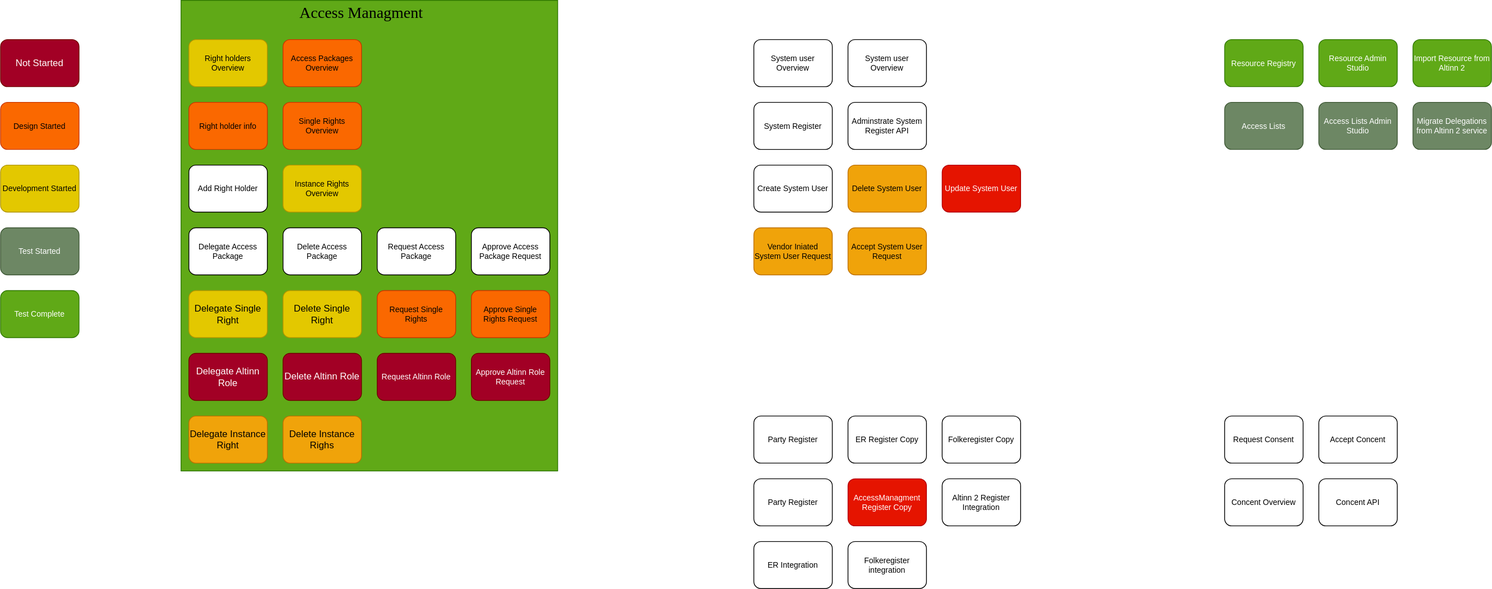
This is content/authorization/what-do-you-get/functionalareas.drawio.svg from Altinn/altinn-studio-docs, a draw.io export, as it was before one commit. Source tidied: cells renumbered, new cells last; positions are measured from the earlier drawing's top-left corner, leaving out a move shared by most shapes.
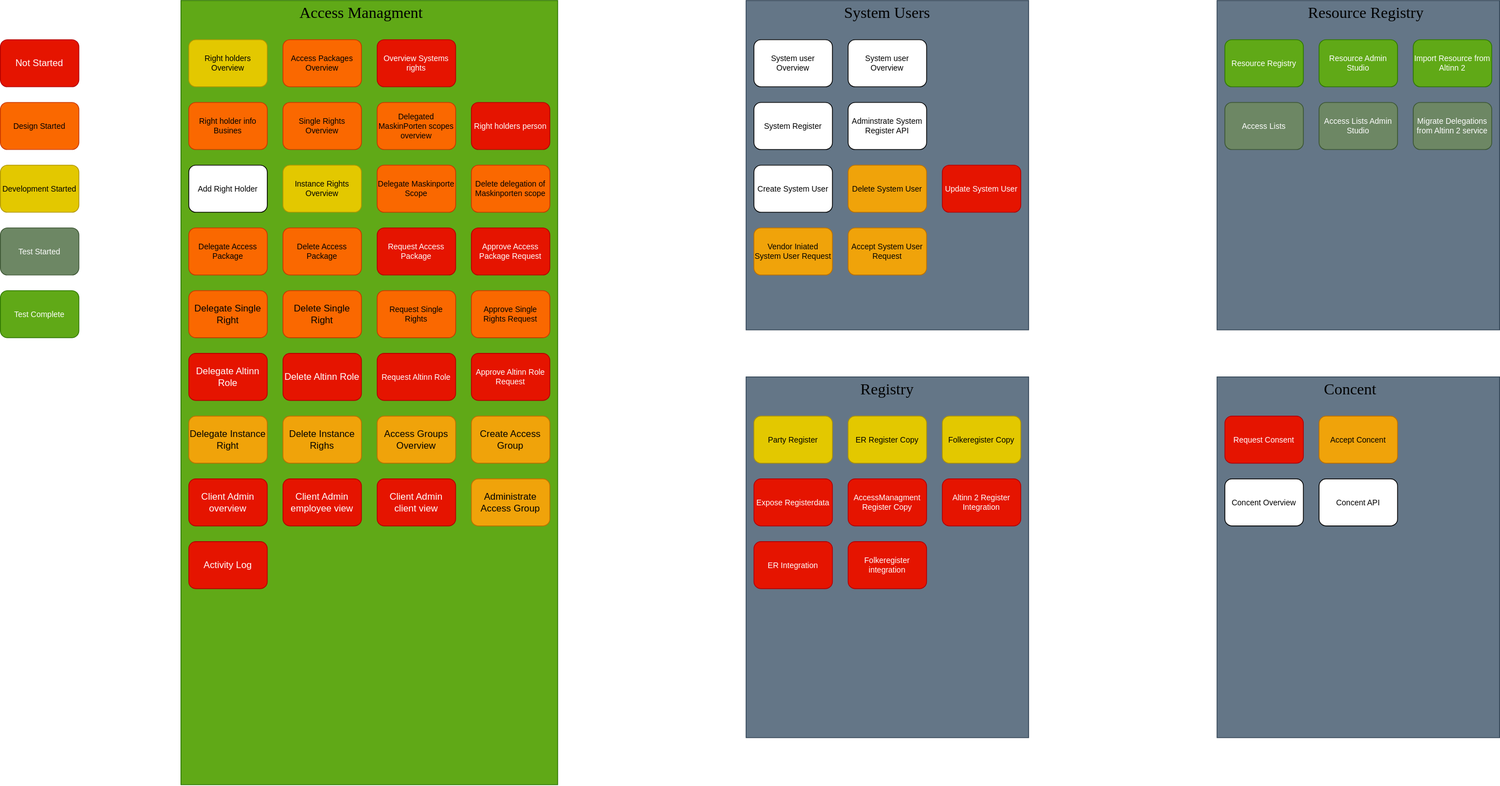
The same diagram one commit later.

Change to the diagram source:
```diff
@@ -2,46 +2,58 @@
   <root>
     <mxCell id="0" />
     <mxCell id="1" parent="0" />
+    <mxCell id="56" style="rounded=0;whiteSpace=wrap;html=1;fontSize=10;fillColor=#647687;fontColor=#ffffff;strokeColor=#314354;" parent="1" vertex="1">
+      <mxGeometry x="1550" width="360" height="420" as="geometry" />
+    </mxCell>
+    <mxCell id="57" style="rounded=0;whiteSpace=wrap;html=1;fontSize=10;fillColor=#647687;fontColor=#ffffff;strokeColor=#314354;" parent="1" vertex="1">
+      <mxGeometry x="1550" y="480" width="360" height="460" as="geometry" />
+    </mxCell>
+    <mxCell id="58" style="rounded=0;whiteSpace=wrap;html=1;fontSize=10;fillColor=#647687;fontColor=#ffffff;strokeColor=#314354;" parent="1" vertex="1">
+      <mxGeometry x="950" y="480" width="360" height="460" as="geometry" />
+    </mxCell>
+    <mxCell id="59" style="rounded=0;whiteSpace=wrap;html=1;fontSize=10;fillColor=#647687;fontColor=#ffffff;strokeColor=#314354;" parent="1" vertex="1">
+      <mxGeometry x="950" width="360" height="420" as="geometry" />
+    </mxCell>
     <mxCell id="2" style="rounded=0;whiteSpace=wrap;html=1;fontSize=10;fillColor=#60a917;fontColor=#ffffff;strokeColor=#2D7600;" parent="1" vertex="1">
-      <mxGeometry x="230" width="480" height="600" as="geometry" />
+      <mxGeometry x="230" width="480" height="1000" as="geometry" />
     </mxCell>
     <mxCell id="3" value="Right holders Overview" style="rounded=1;whiteSpace=wrap;html=1;fontSize=10;fillColor=#e3c800;fontColor=#000000;strokeColor=#B09500;" parent="1" vertex="1">
       <mxGeometry x="240" y="50" width="100" height="60" as="geometry" />
     </mxCell>
-    <mxCell id="4" value="Right holder info" style="rounded=1;whiteSpace=wrap;html=1;fontSize=10;fillColor=#fa6800;fontColor=#000000;strokeColor=#C73500;" parent="1" vertex="1">
+    <mxCell id="4" value="Right holder info Busines" style="rounded=1;whiteSpace=wrap;html=1;fontSize=10;fillColor=#fa6800;fontColor=#000000;strokeColor=#C73500;" parent="1" vertex="1">
       <mxGeometry x="240" y="130" width="100" height="60" as="geometry" />
     </mxCell>
     <mxCell id="5" value="Add Right Holder" style="rounded=1;whiteSpace=wrap;html=1;fontSize=10;" parent="1" vertex="1">
       <mxGeometry x="240" y="210" width="100" height="60" as="geometry" />
     </mxCell>
-    <mxCell id="6" value="Delegate Access Package" style="rounded=1;whiteSpace=wrap;html=1;fontSize=10;" parent="1" vertex="1">
+    <mxCell id="6" value="Delegate Access Package" style="rounded=1;whiteSpace=wrap;html=1;fontSize=10;fillColor=#fa6800;fontColor=#000000;strokeColor=#C73500;" parent="1" vertex="1">
       <mxGeometry x="240" y="290" width="100" height="60" as="geometry" />
     </mxCell>
-    <mxCell id="7" value="Delegate Single Right" style="rounded=1;whiteSpace=wrap;html=1;fillColor=#e3c800;fontColor=#000000;strokeColor=#B09500;" parent="1" vertex="1">
+    <mxCell id="7" value="Delegate Single Right" style="rounded=1;whiteSpace=wrap;html=1;fillColor=#fa6800;fontColor=#000000;strokeColor=#C73500;" parent="1" vertex="1">
       <mxGeometry x="240" y="370" width="100" height="60" as="geometry" />
     </mxCell>
     <mxCell id="8" value="Access Packages Overview" style="rounded=1;whiteSpace=wrap;html=1;fontSize=10;fillColor=#fa6800;fontColor=#000000;strokeColor=#C73500;" parent="1" vertex="1">
       <mxGeometry x="360" y="50" width="100" height="60" as="geometry" />
     </mxCell>
-    <mxCell id="9" value="Delete Single Right" style="rounded=1;whiteSpace=wrap;html=1;fillColor=#e3c800;fontColor=#000000;strokeColor=#B09500;" parent="1" vertex="1">
+    <mxCell id="9" value="Delete Single Right" style="rounded=1;whiteSpace=wrap;html=1;fillColor=#fa6800;fontColor=#000000;strokeColor=#C73500;" parent="1" vertex="1">
       <mxGeometry x="360" y="370" width="100" height="60" as="geometry" />
     </mxCell>
-    <mxCell id="10" value="Delete Access Package" style="rounded=1;whiteSpace=wrap;html=1;fontSize=10;" parent="1" vertex="1">
+    <mxCell id="10" value="Delete Access Package" style="rounded=1;whiteSpace=wrap;html=1;fontSize=10;fillColor=#fa6800;fontColor=#000000;strokeColor=#C73500;" parent="1" vertex="1">
       <mxGeometry x="360" y="290" width="100" height="60" as="geometry" />
     </mxCell>
-    <mxCell id="11" value="Delegate Altinn Role" style="rounded=1;whiteSpace=wrap;html=1;fillColor=#a20025;fontColor=#ffffff;strokeColor=#6F0000;" parent="1" vertex="1">
+    <mxCell id="11" value="Delegate Altinn Role" style="rounded=1;whiteSpace=wrap;html=1;fillColor=#e51400;fontColor=#ffffff;strokeColor=#B20000;" parent="1" vertex="1">
       <mxGeometry x="240" y="450" width="100" height="60" as="geometry" />
     </mxCell>
-    <mxCell id="12" value="Delete Altinn Role&amp;nbsp;" style="rounded=1;whiteSpace=wrap;html=1;fillColor=#a20025;fontColor=#ffffff;strokeColor=#6F0000;" parent="1" vertex="1">
+    <mxCell id="12" value="Delete Altinn Role&amp;nbsp;" style="rounded=1;whiteSpace=wrap;html=1;fillColor=#e51400;fontColor=#ffffff;strokeColor=#B20000;" parent="1" vertex="1">
       <mxGeometry x="360" y="450" width="100" height="60" as="geometry" />
     </mxCell>
     <mxCell id="13" value="Single Rights Overview" style="rounded=1;whiteSpace=wrap;html=1;fontSize=10;fillColor=#fa6800;fontColor=#000000;strokeColor=#C73500;" parent="1" vertex="1">
       <mxGeometry x="360" y="130" width="100" height="60" as="geometry" />
     </mxCell>
-    <mxCell id="14" value="Request Access Package" style="rounded=1;whiteSpace=wrap;html=1;fontSize=10;" parent="1" vertex="1">
+    <mxCell id="14" value="Request Access Package" style="rounded=1;whiteSpace=wrap;html=1;fontSize=10;fillColor=#e51400;fontColor=#ffffff;strokeColor=#B20000;" parent="1" vertex="1">
       <mxGeometry x="480" y="290" width="100" height="60" as="geometry" />
     </mxCell>
-    <mxCell id="15" value="Approve Access Package Request" style="rounded=1;whiteSpace=wrap;html=1;fontSize=10;" parent="1" vertex="1">
+    <mxCell id="15" value="Approve Access Package Request" style="rounded=1;whiteSpace=wrap;html=1;fontSize=10;fillColor=#e51400;fontColor=#ffffff;strokeColor=#B20000;" parent="1" vertex="1">
       <mxGeometry x="600" y="290" width="100" height="60" as="geometry" />
     </mxCell>
     <mxCell id="16" value="Request Single Rights" style="rounded=1;whiteSpace=wrap;html=1;fontSize=10;fillColor=#fa6800;fontColor=#000000;strokeColor=#C73500;" parent="1" vertex="1">
@@ -50,10 +62,10 @@
     <mxCell id="17" value="Approve Single Rights Request" style="rounded=1;whiteSpace=wrap;html=1;fontSize=10;fillColor=#fa6800;fontColor=#000000;strokeColor=#C73500;" parent="1" vertex="1">
       <mxGeometry x="600" y="370" width="100" height="60" as="geometry" />
     </mxCell>
-    <mxCell id="18" value="Request Altinn Role" style="rounded=1;whiteSpace=wrap;html=1;fontSize=10;fillColor=#a20025;fontColor=#ffffff;strokeColor=#6F0000;" parent="1" vertex="1">
+    <mxCell id="18" value="Request Altinn Role" style="rounded=1;whiteSpace=wrap;html=1;fontSize=10;fillColor=#e51400;fontColor=#ffffff;strokeColor=#B20000;" parent="1" vertex="1">
       <mxGeometry x="480" y="450" width="100" height="60" as="geometry" />
     </mxCell>
-    <mxCell id="19" value="Approve Altinn Role Request" style="rounded=1;whiteSpace=wrap;html=1;fontSize=10;fillColor=#a20025;fontColor=#ffffff;strokeColor=#6F0000;" parent="1" vertex="1">
+    <mxCell id="19" value="Approve Altinn Role Request" style="rounded=1;whiteSpace=wrap;html=1;fontSize=10;fillColor=#e51400;fontColor=#ffffff;strokeColor=#B20000;" parent="1" vertex="1">
       <mxGeometry x="600" y="450" width="100" height="60" as="geometry" />
     </mxCell>
     <mxCell id="20" value="Delegate Instance Right" style="rounded=1;whiteSpace=wrap;html=1;fillColor=#f0a30a;fontColor=#000000;strokeColor=#BD7000;" parent="1" vertex="1">
@@ -110,22 +122,22 @@
     <mxCell id="37" value="Access Lists Admin Studio" style="rounded=1;whiteSpace=wrap;html=1;fontSize=10;fillColor=#6d8764;fontColor=#ffffff;strokeColor=#3A5431;" parent="1" vertex="1">
       <mxGeometry x="1680" y="130" width="100" height="60" as="geometry" />
     </mxCell>
-    <mxCell id="38" value="Party Register" style="rounded=1;whiteSpace=wrap;html=1;fontSize=10;" parent="1" vertex="1">
+    <mxCell id="38" value="Party Register" style="rounded=1;whiteSpace=wrap;html=1;fontSize=10;fillColor=#e3c800;fontColor=#000000;strokeColor=#B09500;" parent="1" vertex="1">
       <mxGeometry x="960" y="530" width="100" height="60" as="geometry" />
     </mxCell>
-    <mxCell id="39" value="ER Register Copy" style="rounded=1;whiteSpace=wrap;html=1;fontSize=10;" parent="1" vertex="1">
+    <mxCell id="39" value="ER Register Copy" style="rounded=1;whiteSpace=wrap;html=1;fontSize=10;fillColor=#e3c800;fontColor=#000000;strokeColor=#B09500;" parent="1" vertex="1">
       <mxGeometry x="1080" y="530" width="100" height="60" as="geometry" />
     </mxCell>
-    <mxCell id="40" value="Folkeregister Copy" style="rounded=1;whiteSpace=wrap;html=1;fontSize=10;" parent="1" vertex="1">
+    <mxCell id="40" value="Folkeregister Copy" style="rounded=1;whiteSpace=wrap;html=1;fontSize=10;fillColor=#e3c800;fontColor=#000000;strokeColor=#B09500;" parent="1" vertex="1">
       <mxGeometry x="1200" y="530" width="100" height="60" as="geometry" />
     </mxCell>
-    <mxCell id="41" value="Party Register" style="rounded=1;whiteSpace=wrap;html=1;fontSize=10;" parent="1" vertex="1">
+    <mxCell id="41" value="Expose Registerdata&amp;nbsp;" style="rounded=1;whiteSpace=wrap;html=1;fontSize=10;fillColor=#e51400;fontColor=#ffffff;strokeColor=#B20000;" parent="1" vertex="1">
       <mxGeometry x="960" y="610" width="100" height="60" as="geometry" />
     </mxCell>
-    <mxCell id="42" value="Request Consent" style="rounded=1;whiteSpace=wrap;html=1;fontSize=10;" parent="1" vertex="1">
+    <mxCell id="42" value="Request Consent" style="rounded=1;whiteSpace=wrap;html=1;fontSize=10;fillColor=#e51400;fontColor=#ffffff;strokeColor=#B20000;" parent="1" vertex="1">
       <mxGeometry x="1560" y="530" width="100" height="60" as="geometry" />
     </mxCell>
-    <mxCell id="43" value="Accept Concent" style="rounded=1;whiteSpace=wrap;html=1;fontSize=10;" parent="1" vertex="1">
+    <mxCell id="43" value="Accept Concent" style="rounded=1;whiteSpace=wrap;html=1;fontSize=10;fillColor=#f0a30a;fontColor=#000000;strokeColor=#BD7000;" parent="1" vertex="1">
       <mxGeometry x="1680" y="530" width="100" height="60" as="geometry" />
     </mxCell>
     <mxCell id="44" value="Concent Overview" style="rounded=1;whiteSpace=wrap;html=1;fontSize=10;" parent="1" vertex="1">
@@ -137,16 +149,16 @@
     <mxCell id="46" value="AccessManagment Register Copy" style="rounded=1;whiteSpace=wrap;html=1;fontSize=10;fillColor=#e51400;fontColor=#ffffff;strokeColor=#B20000;" parent="1" vertex="1">
       <mxGeometry x="1080" y="610" width="100" height="60" as="geometry" />
     </mxCell>
-    <mxCell id="47" value="Altinn 2 Register Integration" style="rounded=1;whiteSpace=wrap;html=1;fontSize=10;" parent="1" vertex="1">
+    <mxCell id="47" value="Altinn 2 Register Integration" style="rounded=1;whiteSpace=wrap;html=1;fontSize=10;fillColor=#e51400;fontColor=#ffffff;strokeColor=#B20000;" parent="1" vertex="1">
       <mxGeometry x="1200" y="610" width="100" height="60" as="geometry" />
     </mxCell>
-    <mxCell id="48" value="ER Integration" style="rounded=1;whiteSpace=wrap;html=1;fontSize=10;" parent="1" vertex="1">
+    <mxCell id="48" value="ER Integration" style="rounded=1;whiteSpace=wrap;html=1;fontSize=10;fillColor=#e51400;fontColor=#ffffff;strokeColor=#B20000;" parent="1" vertex="1">
       <mxGeometry x="960" y="690" width="100" height="60" as="geometry" />
     </mxCell>
-    <mxCell id="49" value="Folkeregister integration" style="rounded=1;whiteSpace=wrap;html=1;fontSize=10;" parent="1" vertex="1">
+    <mxCell id="49" value="Folkeregister integration" style="rounded=1;whiteSpace=wrap;html=1;fontSize=10;fillColor=#e51400;fontColor=#ffffff;strokeColor=#B20000;" parent="1" vertex="1">
       <mxGeometry x="1080" y="690" width="100" height="60" as="geometry" />
     </mxCell>
-    <mxCell id="50" value="Not Started" style="rounded=1;whiteSpace=wrap;html=1;fillColor=#a20025;fontColor=#ffffff;strokeColor=#6F0000;" parent="1" vertex="1">
+    <mxCell id="50" value="Not Started" style="rounded=1;whiteSpace=wrap;html=1;fillColor=#e51400;fontColor=#ffffff;strokeColor=#B20000;" parent="1" vertex="1">
       <mxGeometry y="50" width="100" height="60" as="geometry" />
     </mxCell>
     <mxCell id="51" value="Design Started" style="rounded=1;whiteSpace=wrap;html=1;fontSize=10;fillColor=#fa6800;fontColor=#000000;strokeColor=#C73500;" parent="1" vertex="1">
@@ -164,5 +176,53 @@
     <mxCell id="55" value="Access Managment" style="text;html=1;strokeColor=none;fillColor=none;align=center;verticalAlign=middle;whiteSpace=wrap;rounded=0;sketch=1;hachureGap=4;jiggle=2;curveFitting=1;fontFamily=Verdana;fontSize=20;" parent="1" vertex="1">
       <mxGeometry x="290" width="340" height="30" as="geometry" />
     </mxCell>
+    <mxCell id="60" value="System Users" style="text;html=1;strokeColor=none;fillColor=none;align=center;verticalAlign=middle;whiteSpace=wrap;rounded=0;sketch=1;hachureGap=4;jiggle=2;curveFitting=1;fontFamily=Verdana;fontSize=20;" parent="1" vertex="1">
+      <mxGeometry x="960" width="340" height="30" as="geometry" />
+    </mxCell>
+    <mxCell id="61" value="Registry" style="text;html=1;strokeColor=none;fillColor=none;align=center;verticalAlign=middle;whiteSpace=wrap;rounded=0;sketch=1;hachureGap=4;jiggle=2;curveFitting=1;fontFamily=Verdana;fontSize=20;" parent="1" vertex="1">
+      <mxGeometry x="960" y="480" width="340" height="30" as="geometry" />
+    </mxCell>
+    <mxCell id="62" value="Concent" style="text;html=1;strokeColor=none;fillColor=none;align=center;verticalAlign=middle;whiteSpace=wrap;rounded=0;sketch=1;hachureGap=4;jiggle=2;curveFitting=1;fontFamily=Verdana;fontSize=20;" parent="1" vertex="1">
+      <mxGeometry x="1550" y="480" width="340" height="30" as="geometry" />
+    </mxCell>
+    <mxCell id="63" value="Resource Registry" style="text;html=1;strokeColor=none;fillColor=none;align=center;verticalAlign=middle;whiteSpace=wrap;rounded=0;sketch=1;hachureGap=4;jiggle=2;curveFitting=1;fontFamily=Verdana;fontSize=20;" parent="1" vertex="1">
+      <mxGeometry x="1570" width="340" height="30" as="geometry" />
+    </mxCell>
+    <mxCell id="64" value="Delegate Maskinporte Scope" style="rounded=1;whiteSpace=wrap;html=1;fontSize=10;fillColor=#fa6800;fontColor=#000000;strokeColor=#C73500;" parent="1" vertex="1">
+      <mxGeometry x="480" y="210" width="100" height="60" as="geometry" />
+    </mxCell>
+    <mxCell id="65" value="Delegated MaskinPorten scopes overview" style="rounded=1;whiteSpace=wrap;html=1;fontSize=10;fillColor=#fa6800;fontColor=#000000;strokeColor=#C73500;" parent="1" vertex="1">
+      <mxGeometry x="480" y="130" width="100" height="60" as="geometry" />
+    </mxCell>
+    <mxCell id="66" value="Delete delegation of Maskinporten scope" style="rounded=1;whiteSpace=wrap;html=1;fontSize=10;fillColor=#fa6800;fontColor=#000000;strokeColor=#C73500;" parent="1" vertex="1">
+      <mxGeometry x="600" y="210" width="100" height="60" as="geometry" />
+    </mxCell>
+    <mxCell id="67" value="Overview Systems rights" style="rounded=1;whiteSpace=wrap;html=1;fontSize=10;fillColor=#e51400;fontColor=#ffffff;strokeColor=#B20000;" parent="1" vertex="1">
+      <mxGeometry x="480" y="50" width="100" height="60" as="geometry" />
+    </mxCell>
+    <mxCell id="68" value="Right holders person" style="rounded=1;whiteSpace=wrap;html=1;fontSize=10;fillColor=#e51400;fontColor=#ffffff;strokeColor=#B20000;" parent="1" vertex="1">
+      <mxGeometry x="600" y="130" width="100" height="60" as="geometry" />
+    </mxCell>
+    <mxCell id="69" value="Access Groups Overview" style="rounded=1;whiteSpace=wrap;html=1;fillColor=#f0a30a;fontColor=#000000;strokeColor=#BD7000;" parent="1" vertex="1">
+      <mxGeometry x="480" y="530" width="100" height="60" as="geometry" />
+    </mxCell>
+    <mxCell id="70" value="Create Access Group" style="rounded=1;whiteSpace=wrap;html=1;fillColor=#f0a30a;fontColor=#000000;strokeColor=#BD7000;" parent="1" vertex="1">
+      <mxGeometry x="600" y="530" width="100" height="60" as="geometry" />
+    </mxCell>
+    <mxCell id="71" value="Administrate Access Group" style="rounded=1;whiteSpace=wrap;html=1;fillColor=#f0a30a;fontColor=#000000;strokeColor=#BD7000;" parent="1" vertex="1">
+      <mxGeometry x="600" y="610" width="100" height="60" as="geometry" />
+    </mxCell>
+    <mxCell id="72" value="Client Admin overview" style="rounded=1;whiteSpace=wrap;html=1;fillColor=#e51400;fontColor=#ffffff;strokeColor=#B20000;" parent="1" vertex="1">
+      <mxGeometry x="240" y="610" width="100" height="60" as="geometry" />
+    </mxCell>
+    <mxCell id="73" value="Client Admin employee view" style="rounded=1;whiteSpace=wrap;html=1;fillColor=#e51400;fontColor=#ffffff;strokeColor=#B20000;" parent="1" vertex="1">
+      <mxGeometry x="360" y="610" width="100" height="60" as="geometry" />
+    </mxCell>
+    <mxCell id="74" value="Client Admin client view" style="rounded=1;whiteSpace=wrap;html=1;fillColor=#e51400;fontColor=#ffffff;strokeColor=#B20000;" parent="1" vertex="1">
+      <mxGeometry x="480" y="610" width="100" height="60" as="geometry" />
+    </mxCell>
+    <mxCell id="75" value="Activity Log" style="rounded=1;whiteSpace=wrap;html=1;fillColor=#e51400;fontColor=#ffffff;strokeColor=#B20000;" parent="1" vertex="1">
+      <mxGeometry x="240" y="690" width="100" height="60" as="geometry" />
+    </mxCell>
   </root>
 </mxGraphModel>
```
